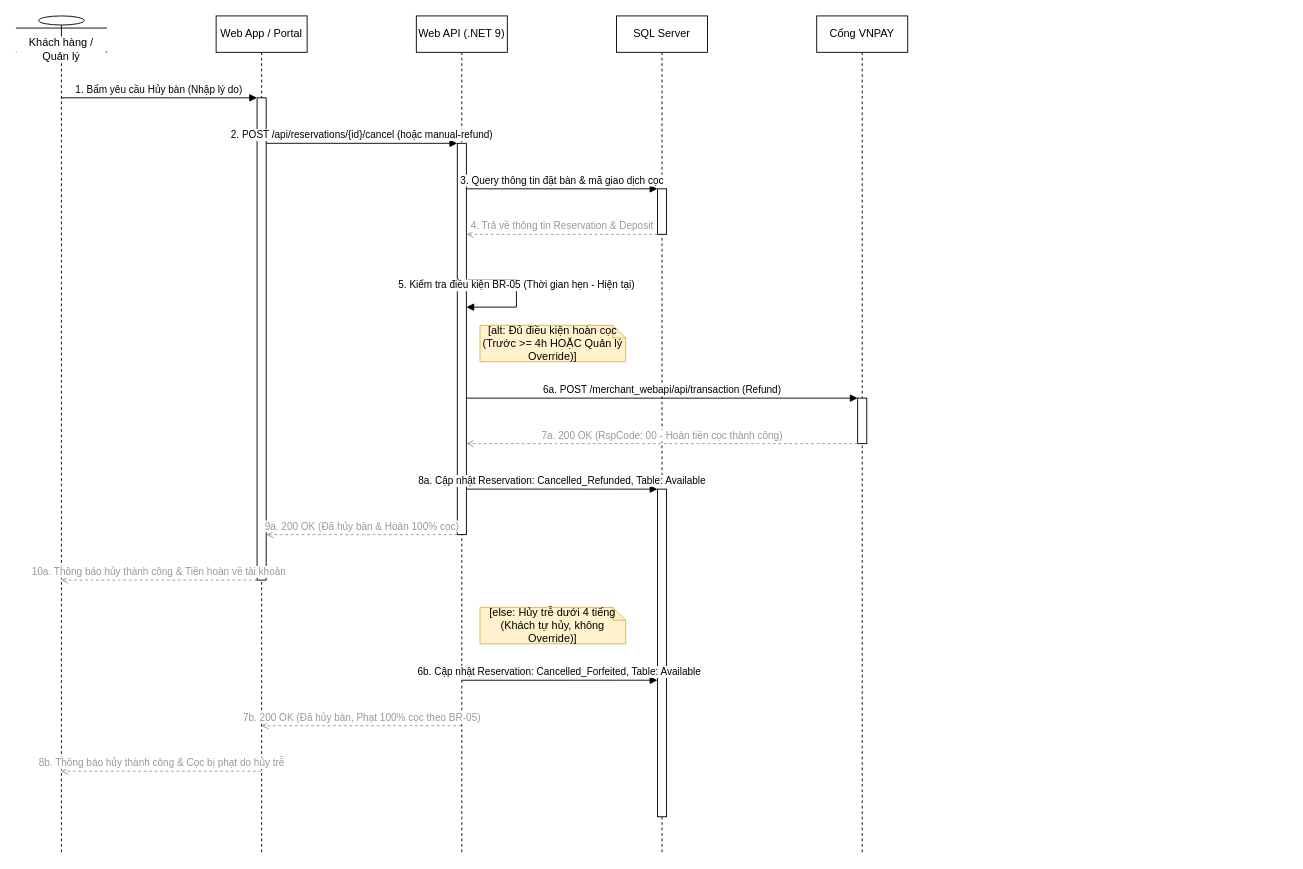
AndrewQng/VinDining keeps this draw.io diagram as docs/phase1/drawio/sd05_cancellation_refund.drawio. Above is the earlier version. Source tidied: cells renumbered, new cells numbered last; positions are measured from the earlier drawing's top-left corner, leaving out a move shared by most shapes. Both pictures are drawn from the tidied source at 91%, with x=0, y=0 at pixel (15, 15).
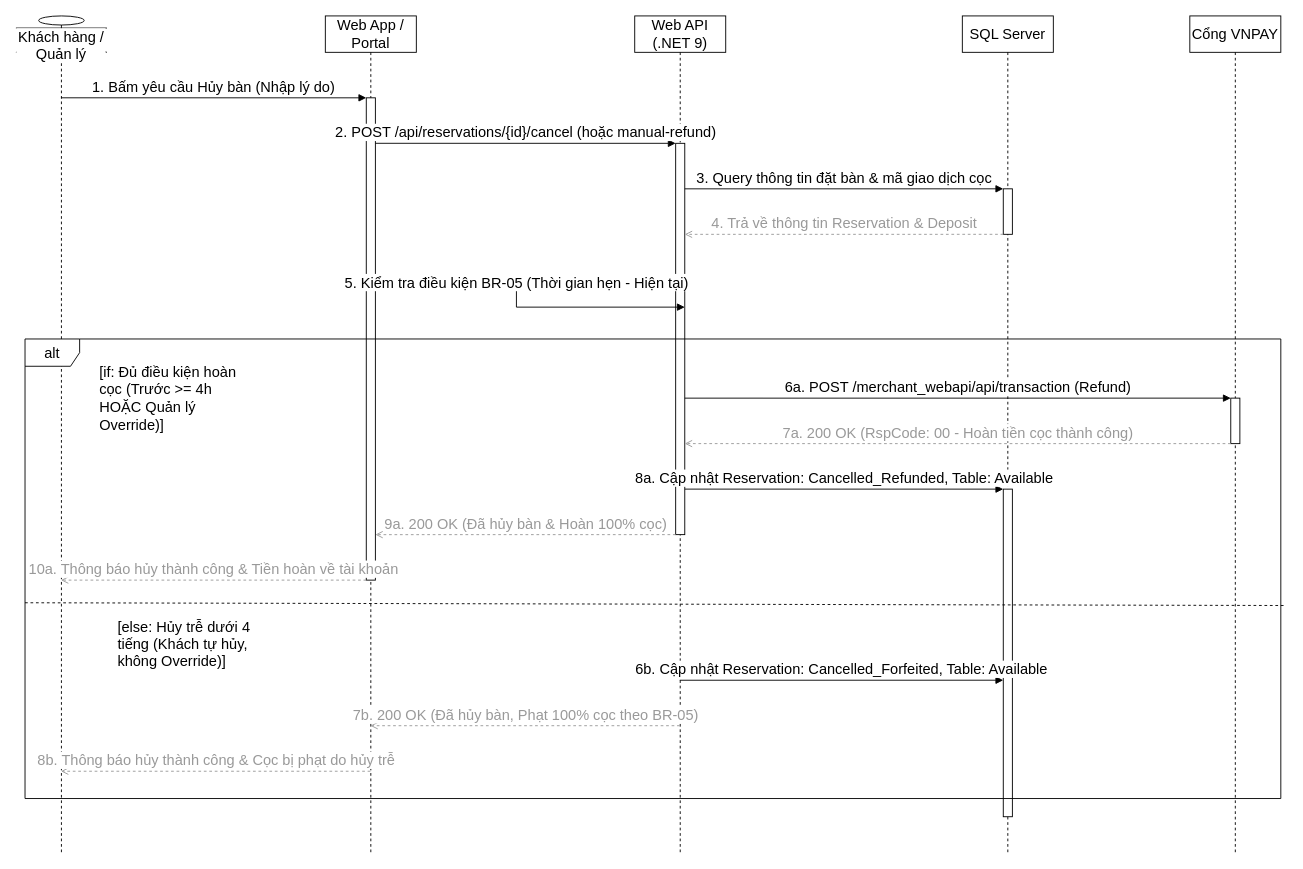
The same page after the edit.

The edit, as a diff of the source:
```diff
@@
-    <mxCell id="2" value="Khách hàng / Quản lý" style="shape=umlLifeline;perimeter=lifelinePerimeter;whiteSpace=wrap;html=1;outlineConnect=0;portConstraint=eastwest;size=40;participant=umlActor;verticalAlign=bottom;spacingBottom=-14;labelBackgroundColor=#ffffff;" parent="1" vertex="1">
+    <mxCell id="2" value="Khách hàng / Quản lý" style="shape=umlLifeline;perimeter=lifelinePerimeter;whiteSpace=wrap;html=1;outlineConnect=0;portConstraint=eastwest;size=40;participant=umlActor;verticalAlign=bottom;spacingBottom=-14;labelBackgroundColor=#ffffff;fontSize=16;" parent="1" vertex="1">
       <mxGeometry width="100" height="920" as="geometry" />
     </mxCell>
-    <mxCell id="3" value="Web App / Portal" style="shape=umlLifeline;perimeter=lifelinePerimeter;whiteSpace=wrap;html=1;outlineConnect=0;portConstraint=eastwest;size=40;" parent="1" vertex="1">
-      <mxGeometry x="220" width="100" height="920" as="geometry" />
+    <mxCell id="3" value="Web App / Portal" style="shape=umlLifeline;perimeter=lifelinePerimeter;whiteSpace=wrap;html=1;outlineConnect=0;portConstraint=eastwest;size=40;fontSize=16;" parent="1" vertex="1">
+      <mxGeometry x="340" width="100" height="920" as="geometry" />
     </mxCell>
+    <mxCell id="10" style="html=1;points=[];perimeter=orthogonalPerimeter;outlineConnect=0;fillColor=#ffffff;fontSize=16;" parent="3" vertex="1">
+      <mxGeometry x="45" y="90" width="10" height="530" as="geometry" />
+    </mxCell>
-    <mxCell id="4" value="Web API (.NET 9)" style="shape=umlLifeline;perimeter=lifelinePerimeter;whiteSpace=wrap;html=1;outlineConnect=0;portConstraint=eastwest;size=40;" parent="1" vertex="1">
-      <mxGeometry x="440" width="100" height="920" as="geometry" />
+    <mxCell id="4" value="Web API (.NET 9)" style="shape=umlLifeline;perimeter=lifelinePerimeter;whiteSpace=wrap;html=1;outlineConnect=0;portConstraint=eastwest;size=40;fontSize=16;" parent="1" vertex="1">
+      <mxGeometry x="680" width="100" height="920" as="geometry" />
     </mxCell>
+    <mxCell id="9" style="html=1;points=[];perimeter=orthogonalPerimeter;outlineConnect=0;fillColor=#ffffff;fontSize=16;" parent="4" vertex="1">
+      <mxGeometry x="45" y="140" width="10" height="430" as="geometry" />
+    </mxCell>
-    <mxCell id="5" value="SQL Server" style="shape=umlLifeline;perimeter=lifelinePerimeter;whiteSpace=wrap;html=1;size=40;" parent="1" vertex="1">
-      <mxGeometry x="660" width="100" height="920" as="geometry" />
+    <mxCell id="5" value="SQL Server" style="shape=umlLifeline;perimeter=lifelinePerimeter;whiteSpace=wrap;html=1;size=40;fontSize=16;" parent="1" vertex="1">
+      <mxGeometry x="1040" width="100" height="920" as="geometry" />
     </mxCell>
+    <mxCell id="7" style="html=1;points=[];perimeter=orthogonalPerimeter;outlineConnect=0;fillColor=#ffffff;fontSize=16;" parent="5" vertex="1">
+      <mxGeometry x="45" y="190" width="10" height="50" as="geometry" />
+    </mxCell>
+    <mxCell id="11" style="html=1;points=[];perimeter=orthogonalPerimeter;outlineConnect=0;fillColor=#ffffff;fontSize=16;" parent="5" vertex="1">
+      <mxGeometry x="45" y="520" width="10" height="360" as="geometry" />
+    </mxCell>
-    <mxCell id="6" value="Cổng VNPAY" style="shape=umlLifeline;perimeter=lifelinePerimeter;whiteSpace=wrap;html=1;size=40;" parent="1" vertex="1">
-      <mxGeometry x="880" width="100" height="920" as="geometry" />
+    <mxCell id="6" value="Cổng VNPAY" style="shape=umlLifeline;perimeter=lifelinePerimeter;whiteSpace=wrap;html=1;size=40;fontSize=16;" parent="1" vertex="1">
+      <mxGeometry x="1290" width="100" height="920" as="geometry" />
     </mxCell>
-    <mxCell id="7" style="html=1;points=[];perimeter=orthogonalPerimeter;outlineConnect=0;fillColor=#ffffff;" parent="5" vertex="1">
-      <mxGeometry x="45" y="190" width="10" height="50" as="geometry" />
-    </mxCell>
-    <mxCell id="8" style="html=1;points=[];perimeter=orthogonalPerimeter;outlineConnect=0;fillColor=#ffffff;" parent="6" vertex="1">
+    <mxCell id="8" style="html=1;points=[];perimeter=orthogonalPerimeter;outlineConnect=0;fillColor=#ffffff;fontSize=16;" parent="6" vertex="1">
       <mxGeometry x="45" y="420" width="10" height="50" as="geometry" />
     </mxCell>
-    <mxCell id="9" style="html=1;points=[];perimeter=orthogonalPerimeter;outlineConnect=0;fillColor=#ffffff;" parent="4" vertex="1">
-      <mxGeometry x="45" y="140" width="10" height="430" as="geometry" />
-    </mxCell>
-    <mxCell id="10" style="html=1;points=[];perimeter=orthogonalPerimeter;outlineConnect=0;fillColor=#ffffff;" parent="3" vertex="1">
-      <mxGeometry x="45" y="90" width="10" height="530" as="geometry" />
-    </mxCell>
-    <mxCell id="11" style="html=1;points=[];perimeter=orthogonalPerimeter;outlineConnect=0;fillColor=#ffffff;" parent="5" vertex="1">
-      <mxGeometry x="45" y="520" width="10" height="360" as="geometry" />
-    </mxCell>
-    <mxCell id="12" value="1. Bấm yêu cầu Hủy bàn (Nhập lý do)" style="html=1;verticalAlign=bottom;endArrow=block;curved=0;rounded=0;exitX=0.5;exitY=0.0978;entryX=0;entryY=0.0;" parent="1" edge="1" source="2" target="10">
+    <mxCell id="12" value="1. Bấm yêu cầu Hủy bàn (Nhập lý do)" style="html=1;verticalAlign=bottom;endArrow=block;curved=0;rounded=0;exitX=0.5;exitY=0.0978;entryX=0;entryY=0.0;fontSize=16;" parent="1" edge="1" source="2" target="10">
       <mxGeometry relative="1" as="geometry" />
     </mxCell>
-    <mxCell id="13" value="2. POST /api/reservations/{id}/cancel (hoặc manual-refund)" style="html=1;verticalAlign=bottom;endArrow=block;curved=0;rounded=0;exitX=1;exitY=0.0943;entryX=0;entryY=0.0;" parent="1" edge="1" source="10" target="9">
+    <mxCell id="13" value="2. POST /api/reservations/{id}/cancel (hoặc manual-refund)" style="html=1;verticalAlign=bottom;endArrow=block;curved=0;rounded=0;exitX=1;exitY=0.0943;entryX=0;entryY=0.0;fontSize=16;" parent="1" edge="1" source="10" target="9">
       <mxGeometry relative="1" as="geometry" />
     </mxCell>
-    <mxCell id="14" value="3. Query thông tin đặt bàn &amp; mã giao dịch cọc" style="html=1;verticalAlign=bottom;endArrow=block;curved=0;rounded=0;exitX=1;exitY=0.1163;entryX=0;entryY=0.0;" parent="1" edge="1" source="9" target="7">
+    <mxCell id="14" value="3. Query thông tin đặt bàn &amp;amp; mã giao dịch cọc" style="html=1;verticalAlign=bottom;endArrow=block;curved=0;rounded=0;exitX=1;exitY=0.1163;entryX=0;entryY=0.0;fontSize=16;" parent="1" edge="1" source="9" target="7">
       <mxGeometry relative="1" as="geometry" />
     </mxCell>
-    <mxCell id="15" value="4. Trả về thông tin Reservation &amp; Deposit" style="html=1;verticalAlign=bottom;endArrow=open;dashed=1;curved=0;rounded=0;strokeColor=#999999;fontColor=#999999;exitX=0;exitY=1.0;entryX=1;entryY=0.2326;" parent="1" edge="1" source="7" target="9">
+    <mxCell id="15" value="4. Trả về thông tin Reservation &amp;amp; Deposit" style="html=1;verticalAlign=bottom;endArrow=open;dashed=1;curved=0;rounded=0;strokeColor=#999999;fontColor=#999999;exitX=0;exitY=1.0;entryX=1;entryY=0.2326;fontSize=16;" parent="1" edge="1" source="7" target="9">
       <mxGeometry relative="1" as="geometry" />
     </mxCell>
-    <mxCell id="16" value="5. Kiểm tra điều kiện BR-05 (Thời gian hẹn - Hiện tại)" style="html=1;verticalAlign=bottom;endArrow=block;curved=0;rounded=0;exitX=1;exitY=0.3488;entryX=1;entryY=0.4186;" parent="1" edge="1" source="9" target="9">
+    <mxCell id="16" value="5. Kiểm tra điều kiện BR-05 (Thời gian hẹn - Hiện tại)" style="html=1;verticalAlign=bottom;endArrow=block;curved=0;rounded=0;exitX=1;exitY=0.3488;entryX=1;entryY=0.4186;fontSize=16;" parent="1" edge="1" source="9" target="9">
       <mxGeometry relative="1" as="geometry">
         <Array as="points">
           <mxPoint x="550" y="290" />
           <mxPoint x="550" y="320" />
         </Array>
       </mxGeometry>
     </mxCell>
-    <mxCell id="17" value="[alt: Đủ điều kiện hoàn cọc (Trước &gt;= 4h HOẶC Quản lý Override)]" style="shape=note;whiteSpace=wrap;html=1;size=14;fillColor=#fff2cc;strokeColor=#d6b656;" parent="1" vertex="1">
-      <mxGeometry x="510" y="340" width="160" height="40" as="geometry" />
+    <mxCell id="17" value="[if: Đủ điều kiện hoàn cọc (Trước &amp;gt;= 4h HOẶC Quản lý Override)]" style="shape=note;whiteSpace=wrap;html=1;size=14;fillColor=none;strokeColor=none;align=left;fontSize=16;" parent="1" vertex="1">
+      <mxGeometry x="90" y="400" width="160" height="40" as="geometry" />
     </mxCell>
-    <mxCell id="18" value="6a. POST /merchant_webapi/api/transaction (Refund)" style="html=1;verticalAlign=bottom;endArrow=block;curved=0;rounded=0;exitX=1;exitY=0.6512;entryX=0;entryY=0.0;" parent="1" edge="1" source="9" target="8">
+    <mxCell id="18" value="6a. POST /merchant_webapi/api/transaction (Refund)" style="html=1;verticalAlign=bottom;endArrow=block;curved=0;rounded=0;exitX=1;exitY=0.6512;entryX=0;entryY=0.0;fontSize=16;" parent="1" edge="1" source="9" target="8">
       <mxGeometry relative="1" as="geometry" />
     </mxCell>
-    <mxCell id="19" value="7a. 200 OK (RspCode: 00 - Hoàn tiền cọc thành công)" style="html=1;verticalAlign=bottom;endArrow=open;dashed=1;curved=0;rounded=0;strokeColor=#999999;fontColor=#999999;exitX=0;exitY=1.0;entryX=1;entryY=0.7674;" parent="1" edge="1" source="8" target="9">
+    <mxCell id="19" value="7a. 200 OK (RspCode: 00 - Hoàn tiền cọc thành công)" style="html=1;verticalAlign=bottom;endArrow=open;dashed=1;curved=0;rounded=0;strokeColor=#999999;fontColor=#999999;exitX=0;exitY=1.0;entryX=1;entryY=0.7674;fontSize=16;" parent="1" edge="1" source="8" target="9">
       <mxGeometry relative="1" as="geometry" />
     </mxCell>
-    <mxCell id="20" value="8a. Cập nhật Reservation: Cancelled_Refunded, Table: Available" style="html=1;verticalAlign=bottom;endArrow=block;curved=0;rounded=0;exitX=1;exitY=0.8837;entryX=0;entryY=0.0;" parent="1" edge="1" source="9" target="11">
+    <mxCell id="20" value="8a. Cập nhật Reservation: Cancelled_Refunded, Table: Available" style="html=1;verticalAlign=bottom;endArrow=block;curved=0;rounded=0;exitX=1;exitY=0.8837;entryX=0;entryY=0.0;fontSize=16;" parent="1" edge="1" source="9" target="11">
       <mxGeometry relative="1" as="geometry" />
     </mxCell>
-    <mxCell id="21" value="9a. 200 OK (Đã hủy bàn &amp; Hoàn 100% cọc)" style="html=1;verticalAlign=bottom;endArrow=open;dashed=1;curved=0;rounded=0;strokeColor=#999999;fontColor=#999999;exitX=0;exitY=1.0;entryX=1;entryY=0.9057;" parent="1" edge="1" source="9" target="10">
+    <mxCell id="21" value="9a. 200 OK (Đã hủy bàn &amp;amp; Hoàn 100% cọc)" style="html=1;verticalAlign=bottom;endArrow=open;dashed=1;curved=0;rounded=0;strokeColor=#999999;fontColor=#999999;exitX=0;exitY=1.0;entryX=1;entryY=0.9057;fontSize=16;" parent="1" edge="1" source="9" target="10">
       <mxGeometry relative="1" as="geometry" />
     </mxCell>
-    <mxCell id="22" value="10a. Thông báo hủy thành công &amp; Tiền hoàn về tài khoản" style="html=1;verticalAlign=bottom;endArrow=open;dashed=1;curved=0;rounded=0;strokeColor=#999999;fontColor=#999999;exitX=0;exitY=1.0;entryX=0.5;entryY=0.6739;" parent="1" edge="1" source="10" target="2">
+    <mxCell id="22" value="10a. Thông báo hủy thành công &amp;amp; Tiền hoàn về tài khoản" style="html=1;verticalAlign=bottom;endArrow=open;dashed=1;curved=0;rounded=0;strokeColor=#999999;fontColor=#999999;exitX=0;exitY=1.0;entryX=0.5;entryY=0.6739;fontSize=16;" parent="1" edge="1" source="10" target="2">
       <mxGeometry relative="1" as="geometry" />
     </mxCell>
-    <mxCell id="23" value="[else: Hủy trễ dưới 4 tiếng (Khách tự hủy, không Override)]" style="shape=note;whiteSpace=wrap;html=1;size=14;fillColor=#fff2cc;strokeColor=#d6b656;" parent="1" vertex="1">
-      <mxGeometry x="510" y="650" width="160" height="40" as="geometry" />
+    <mxCell id="23" value="[else: Hủy trễ dưới 4 tiếng (Khách tự hủy, không Override)]" style="shape=note;whiteSpace=wrap;html=1;size=14;fillColor=none;strokeColor=none;align=left;fontSize=16;" parent="1" vertex="1">
+      <mxGeometry x="110" y="670" width="160" height="40" as="geometry" />
     </mxCell>
-    <mxCell id="24" value="6b. Cập nhật Reservation: Cancelled_Forfeited, Table: Available" style="html=1;verticalAlign=bottom;endArrow=block;curved=0;rounded=0;exitX=0.5;exitY=0.7935;entryX=0;entryY=0.5833;" parent="1" edge="1" source="4" target="11">
+    <mxCell id="24" value="6b. Cập nhật Reservation: Cancelled_Forfeited, Table: Available" style="html=1;verticalAlign=bottom;endArrow=block;curved=0;rounded=0;exitX=0.5;exitY=0.7935;entryX=0;entryY=0.5833;fontSize=16;" parent="1" edge="1" source="4" target="11">
       <mxGeometry relative="1" as="geometry" />
     </mxCell>
-    <mxCell id="25" value="7b. 200 OK (Đã hủy bàn, Phạt 100% cọc theo BR-05)" style="html=1;verticalAlign=bottom;endArrow=open;dashed=1;curved=0;rounded=0;strokeColor=#999999;fontColor=#999999;exitX=0.5;exitY=0.8478;entryX=0.5;entryY=0.8478;" parent="1" edge="1" source="4" target="3">
+    <mxCell id="25" value="7b. 200 OK (Đã hủy bàn, Phạt 100% cọc theo BR-05)" style="html=1;verticalAlign=bottom;endArrow=open;dashed=1;curved=0;rounded=0;strokeColor=#999999;fontColor=#999999;exitX=0.5;exitY=0.8478;entryX=0.5;entryY=0.8478;fontSize=16;" parent="1" edge="1" source="4" target="3">
       <mxGeometry relative="1" as="geometry" />
     </mxCell>
-    <mxCell id="26" value="8b. Thông báo hủy thành công &amp; Cọc bị phạt do hủy trễ" style="html=1;verticalAlign=bottom;endArrow=open;dashed=1;curved=0;rounded=0;strokeColor=#999999;fontColor=#999999;exitX=0.5;exitY=0.9022;entryX=0.5;entryY=0.9022;" parent="1" edge="1" source="3" target="2">
+    <mxCell id="26" value="8b. Thông báo hủy thành công &amp;amp; Cọc bị phạt do hủy trễ" style="html=1;verticalAlign=bottom;endArrow=open;dashed=1;curved=0;rounded=0;strokeColor=#999999;fontColor=#999999;exitX=0.5;exitY=0.9022;entryX=0.5;entryY=0.9022;fontSize=16;" parent="1" edge="1" source="3" target="2">
       <mxGeometry relative="1" as="geometry" />
     </mxCell>
+    <mxCell id="27" value="alt" style="shape=umlFrame;whiteSpace=wrap;html=1;fontSize=16;" parent="1" vertex="1">
+      <mxGeometry x="10" y="355" width="1380" height="505" as="geometry" />
+    </mxCell>
+    <mxCell id="28" style="endArrow=none;dashed=1;html=1;rounded=0;exitX=0;exitY=0.574;exitDx=0;exitDy=0;exitPerimeter=0;entryX=1.004;entryY=0.58;entryDx=0;entryDy=0;entryPerimeter=0;fontSize=16;" parent="1" edge="1" source="27" target="27">
+      <mxGeometry relative="1" as="geometry" />
+    </mxCell>
```
